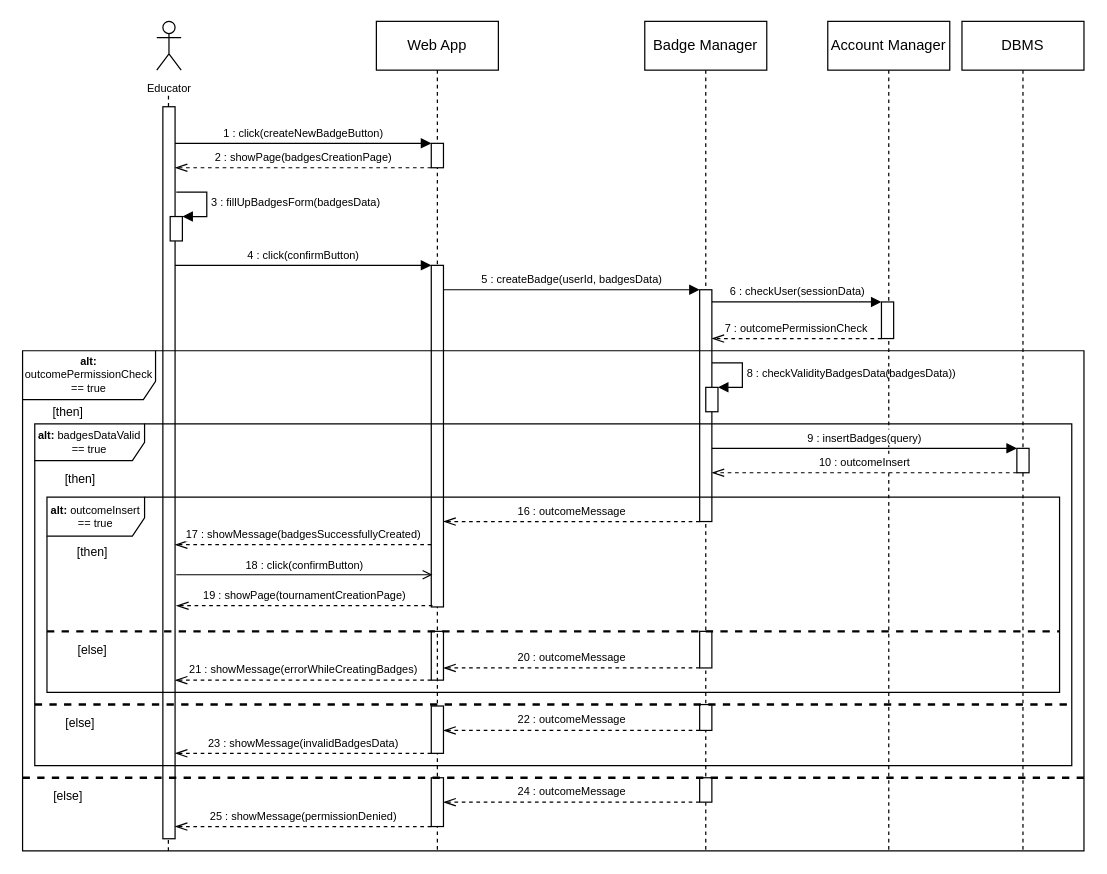
The draw.io diagram DDwip/ExtraFiles/Sequence/Sequence4DD.drawio in francescospangaro/SpangaroTosettiRiccardi, before the edit. Source tidied: cells renumbered, new cells numbered last; positions are measured from the earlier drawing's top-left corner, leaving out a move shared by most shapes. Both pictures are drawn from the tidied source at 122%, with x=0, y=0 at pixel (22, 21).
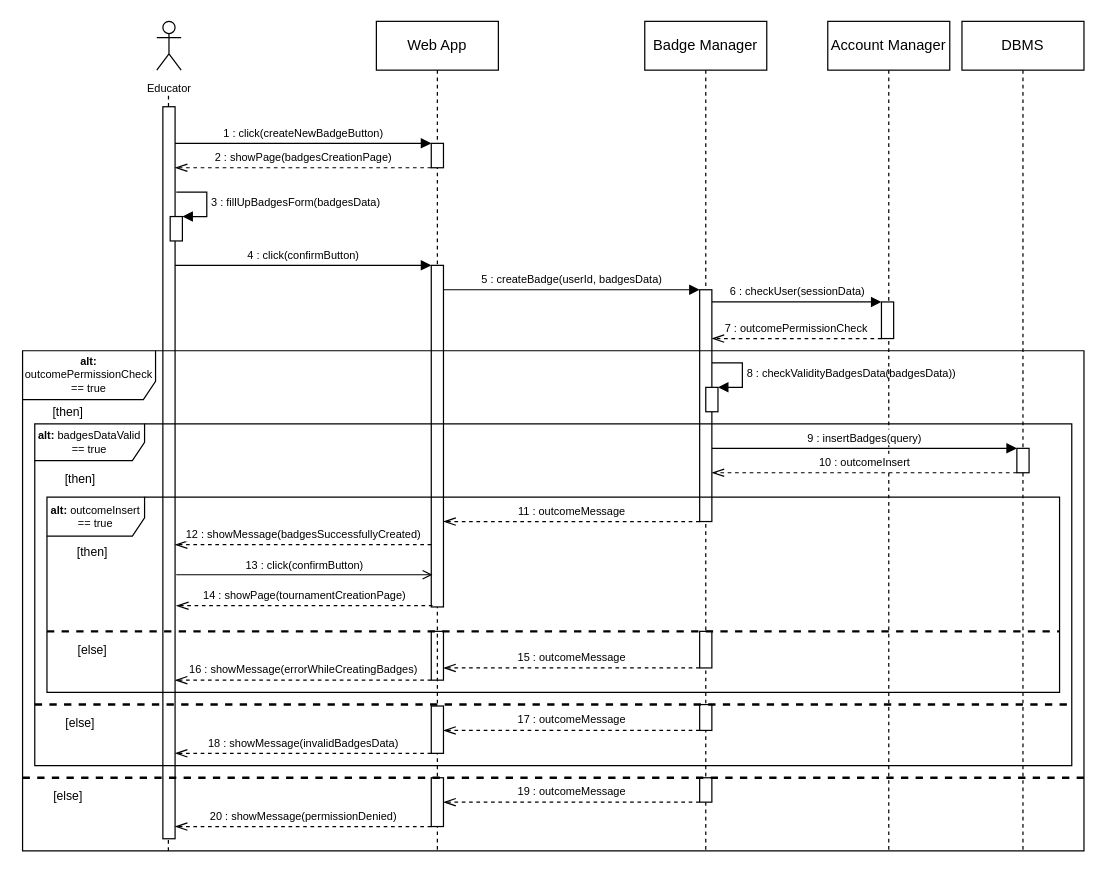
The same page after the edit.

The change refers to these unchanged cells:
```xml
<mxCell id="2" value="Badge Manager" style="shape=umlLifeline;perimeter=lifelinePerimeter;whiteSpace=wrap;html=1;newEdgeStyle={&quot;curved&quot;:0,&quot;rounded&quot;:0};" parent="1" vertex="1">
  <mxGeometry x="510" width="100" height="680" as="geometry" />
</mxCell>
<mxCell id="3" style="html=1;points=[];perimeter=orthogonalPerimeter;outlineConnect=0;targetShapes=umlLifeline;portConstraint=eastwest;newEdgeStyle={&quot;edgeStyle&quot;:&quot;elbowEdgeStyle&quot;,&quot;elbow&quot;:&quot;vertical&quot;,&quot;curved&quot;:0,&quot;rounded&quot;:0};" parent="2" vertex="1">
  <mxGeometry x="45" y="220" width="10" height="190" as="geometry" />
</mxCell>
<mxCell id="6" style="html=1;points=[];perimeter=orthogonalPerimeter;outlineConnect=0;targetShapes=umlLifeline;portConstraint=eastwest;newEdgeStyle={&quot;edgeStyle&quot;:&quot;elbowEdgeStyle&quot;,&quot;elbow&quot;:&quot;vertical&quot;,&quot;curved&quot;:0,&quot;rounded&quot;:0};" parent="2" vertex="1">
  <mxGeometry x="-175" y="500" width="10" height="40" as="geometry" />
</mxCell>
<mxCell id="8" style="html=1;points=[];perimeter=orthogonalPerimeter;outlineConnect=0;targetShapes=umlLifeline;portConstraint=eastwest;newEdgeStyle={&quot;edgeStyle&quot;:&quot;elbowEdgeStyle&quot;,&quot;elbow&quot;:&quot;vertical&quot;,&quot;curved&quot;:0,&quot;rounded&quot;:0};" parent="2" vertex="1">
  <mxGeometry x="45" y="500" width="10" height="30" as="geometry" />
</mxCell>
<mxCell id="10" value="Web App" style="shape=umlLifeline;perimeter=lifelinePerimeter;whiteSpace=wrap;html=1;newEdgeStyle={&quot;edgeStyle&quot;:&quot;elbowEdgeStyle&quot;,&quot;elbow&quot;:&quot;vertical&quot;,&quot;curved&quot;:0,&quot;rounded&quot;:0};" parent="1" vertex="1">
  <mxGeometry x="290" width="100" height="680" as="geometry" />
</mxCell>
<mxCell id="11" style="html=1;points=[];perimeter=orthogonalPerimeter;outlineConnect=0;targetShapes=umlLifeline;portConstraint=eastwest;newEdgeStyle={&quot;edgeStyle&quot;:&quot;elbowEdgeStyle&quot;,&quot;elbow&quot;:&quot;vertical&quot;,&quot;curved&quot;:0,&quot;rounded&quot;:0};" parent="10" vertex="1">
  <mxGeometry x="45" y="200" width="10" height="280" as="geometry" />
</mxCell>
<mxCell id="13" style="html=1;points=[];perimeter=orthogonalPerimeter;outlineConnect=0;targetShapes=umlLifeline;portConstraint=eastwest;newEdgeStyle={&quot;edgeStyle&quot;:&quot;elbowEdgeStyle&quot;,&quot;elbow&quot;:&quot;vertical&quot;,&quot;curved&quot;:0,&quot;rounded&quot;:0};" parent="10" vertex="1">
  <mxGeometry x="265" y="560" width="10" height="21.2" as="geometry" />
</mxCell>
<mxCell id="14" style="html=1;points=[];perimeter=orthogonalPerimeter;outlineConnect=0;targetShapes=umlLifeline;portConstraint=eastwest;newEdgeStyle={&quot;edgeStyle&quot;:&quot;elbowEdgeStyle&quot;,&quot;elbow&quot;:&quot;vertical&quot;,&quot;curved&quot;:0,&quot;rounded&quot;:0};" parent="10" vertex="1">
  <mxGeometry x="45" y="561.2" width="10" height="38.8" as="geometry" />
</mxCell>
<mxCell id="31" style="html=1;points=[];perimeter=orthogonalPerimeter;outlineConnect=0;targetShapes=umlLifeline;portConstraint=eastwest;newEdgeStyle={&quot;edgeStyle&quot;:&quot;elbowEdgeStyle&quot;,&quot;elbow&quot;:&quot;vertical&quot;,&quot;curved&quot;:0,&quot;rounded&quot;:0};" parent="1" vertex="1">
  <mxGeometry x="555" y="620" width="10" height="20" as="geometry" />
</mxCell>
<mxCell id="32" style="html=1;points=[];perimeter=orthogonalPerimeter;outlineConnect=0;targetShapes=umlLifeline;portConstraint=eastwest;newEdgeStyle={&quot;edgeStyle&quot;:&quot;elbowEdgeStyle&quot;,&quot;elbow&quot;:&quot;vertical&quot;,&quot;curved&quot;:0,&quot;rounded&quot;:0};" parent="1" vertex="1">
  <mxGeometry x="335" y="620" width="10" height="40" as="geometry" />
</mxCell>
```

Diff of the diagram source:
```diff
@@
-    <mxCell id="7" value="&lt;font style=&quot;font-size: 9px;&quot;&gt;21 : showMessage(errorWhileCreatingBadges)&lt;/font&gt;" style="html=1;verticalAlign=bottom;endArrow=openThin;dashed=1;endSize=8;edgeStyle=elbowEdgeStyle;elbow=horizontal;curved=0;rounded=0;endFill=0;" parent="2" edge="1" source="6">
+    <mxCell id="7" value="&lt;font style=&quot;font-size: 9px;&quot;&gt;16 : showMessage(errorWhileCreatingBadges)&lt;/font&gt;" style="html=1;verticalAlign=bottom;endArrow=openThin;dashed=1;endSize=8;edgeStyle=elbowEdgeStyle;elbow=horizontal;curved=0;rounded=0;endFill=0;" parent="2" edge="1" source="6">
       <mxGeometry relative="1" as="geometry">
         <mxPoint x="-385" y="540" as="targetPoint" />
         <Array as="points">
           <mxPoint x="-190" y="540" />
         </Array>
       </mxGeometry>
     </mxCell>
@@
-    <mxCell id="9" value="&lt;font style=&quot;font-size: 9px;&quot;&gt;20 : outcomeMessage&lt;/font&gt;" style="html=1;verticalAlign=bottom;endArrow=openThin;dashed=1;endSize=8;edgeStyle=elbowEdgeStyle;elbow=horizontal;curved=0;rounded=0;endFill=0;" parent="2" edge="1" source="8" target="6">
+    <mxCell id="9" value="&lt;font style=&quot;font-size: 9px;&quot;&gt;15 : outcomeMessage&lt;/font&gt;" style="html=1;verticalAlign=bottom;endArrow=openThin;dashed=1;endSize=8;edgeStyle=elbowEdgeStyle;elbow=horizontal;curved=0;rounded=0;endFill=0;" parent="2" edge="1" source="8" target="6">
       <mxGeometry relative="1" as="geometry">
         <Array as="points">
           <mxPoint x="-60" y="530" />
         </Array>
       </mxGeometry>
     </mxCell>
@@
-    <mxCell id="15" value="&lt;font style=&quot;font-size: 9px;&quot;&gt;22 : outcomeMessage&lt;/font&gt;" style="html=1;verticalAlign=bottom;endArrow=openThin;dashed=1;endSize=8;edgeStyle=elbowEdgeStyle;elbow=horizontal;curved=0;rounded=0;endFill=0;" parent="10" edge="1" source="13" target="14">
+    <mxCell id="15" value="&lt;font style=&quot;font-size: 9px;&quot;&gt;17 : outcomeMessage&lt;/font&gt;" style="html=1;verticalAlign=bottom;endArrow=openThin;dashed=1;endSize=8;edgeStyle=elbowEdgeStyle;elbow=horizontal;curved=0;rounded=0;endFill=0;" parent="10" edge="1" source="13" target="14">
       <mxGeometry relative="1" as="geometry">
         <Array as="points">
           <mxPoint x="150" y="581.2" />
         </Array>
       </mxGeometry>
     </mxCell>
-    <mxCell id="16" value="&lt;font style=&quot;font-size: 9px;&quot;&gt;23 : showMessage(invalidBadgesData)&lt;/font&gt;" style="html=1;verticalAlign=bottom;endArrow=openThin;dashed=1;endSize=8;edgeStyle=elbowEdgeStyle;elbow=vertical;curved=0;rounded=0;endFill=0;" parent="10" edge="1" source="14">
+    <mxCell id="16" value="&lt;font style=&quot;font-size: 9px;&quot;&gt;18 : showMessage(invalidBadgesData)&lt;/font&gt;" style="html=1;verticalAlign=bottom;endArrow=openThin;dashed=1;endSize=8;edgeStyle=elbowEdgeStyle;elbow=vertical;curved=0;rounded=0;endFill=0;" parent="10" edge="1" source="14">
       <mxGeometry relative="1" as="geometry">
         <mxPoint x="-165" y="600" as="targetPoint" />
         <Array as="points">
           <mxPoint x="-20" y="600" />
         </Array>
       </mxGeometry>
     </mxCell>
@@
-    <mxCell id="30" value="&lt;font style=&quot;font-size: 9px;&quot;&gt;25 : showMessage(permissionDenied)&lt;/font&gt;" style="html=1;verticalAlign=bottom;endArrow=openThin;dashed=1;endSize=8;edgeStyle=elbowEdgeStyle;elbow=vertical;curved=0;rounded=0;endFill=0;" parent="1" edge="1" source="32">
+    <mxCell id="30" value="&lt;font style=&quot;font-size: 9px;&quot;&gt;20 : showMessage(permissionDenied)&lt;/font&gt;" style="html=1;verticalAlign=bottom;endArrow=openThin;dashed=1;endSize=8;edgeStyle=elbowEdgeStyle;elbow=vertical;curved=0;rounded=0;endFill=0;" parent="1" edge="1" source="32">
       <mxGeometry relative="1" as="geometry">
         <mxPoint x="125" y="660" as="targetPoint" />
         <Array as="points">
           <mxPoint x="310" y="660" />
         </Array>
       </mxGeometry>
     </mxCell>
@@
-    <mxCell id="33" value="&lt;font style=&quot;font-size: 9px;&quot;&gt;24 : outcomeMessage&lt;/font&gt;" style="html=1;verticalAlign=bottom;endArrow=openThin;dashed=1;endSize=8;edgeStyle=elbowEdgeStyle;elbow=horizontal;curved=0;rounded=0;endFill=0;" parent="1" edge="1" source="31" target="32">
+    <mxCell id="33" value="&lt;font style=&quot;font-size: 9px;&quot;&gt;19 : outcomeMessage&lt;/font&gt;" style="html=1;verticalAlign=bottom;endArrow=openThin;dashed=1;endSize=8;edgeStyle=elbowEdgeStyle;elbow=vertical;curved=0;rounded=0;endFill=0;" parent="1" edge="1" source="31" target="32">
       <mxGeometry relative="1" as="geometry">
         <Array as="points">
           <mxPoint x="430" y="640" />
         </Array>
       </mxGeometry>
     </mxCell>
@@
-    <mxCell id="38" value="&lt;font style=&quot;font-size: 9px;&quot;&gt;16 : outcomeMessage&lt;/font&gt;" style="html=1;verticalAlign=bottom;endArrow=openThin;dashed=1;endSize=8;edgeStyle=elbowEdgeStyle;elbow=horizontal;curved=0;rounded=0;endFill=0;" parent="1" edge="1" source="3" target="11">
+    <mxCell id="38" value="&lt;font style=&quot;font-size: 9px;&quot;&gt;11 : outcomeMessage&lt;/font&gt;" style="html=1;verticalAlign=bottom;endArrow=openThin;dashed=1;endSize=8;edgeStyle=elbowEdgeStyle;elbow=horizontal;curved=0;rounded=0;endFill=0;" parent="1" edge="1" source="3" target="11">
       <mxGeometry relative="1" as="geometry">
         <Array as="points">
           <mxPoint x="540" y="410" />
         </Array>
       </mxGeometry>
     </mxCell>
-    <mxCell id="39" value="&lt;font style=&quot;font-size: 9px;&quot;&gt;17 : showMessage(badgesSuccessfullyCreated)&lt;/font&gt;" style="html=1;verticalAlign=bottom;endArrow=openThin;dashed=1;endSize=8;edgeStyle=elbowEdgeStyle;elbow=vertical;curved=0;rounded=0;endFill=0;" parent="1" edge="1">
+    <mxCell id="39" value="&lt;font style=&quot;font-size: 9px;&quot;&gt;12 : showMessage(badgesSuccessfullyCreated)&lt;/font&gt;" style="html=1;verticalAlign=bottom;endArrow=openThin;dashed=1;endSize=8;edgeStyle=elbowEdgeStyle;elbow=vertical;curved=0;rounded=0;endFill=0;" parent="1" edge="1">
       <mxGeometry relative="1" as="geometry">
         <mxPoint x="335" y="429" as="sourcePoint" />
         <mxPoint x="125" y="429" as="targetPoint" />
         <Array as="points">
           <mxPoint x="330" y="429" />
         </Array>
       </mxGeometry>
     </mxCell>
@@
-    <mxCell id="51" value="&lt;font style=&quot;font-size: 9px;&quot;&gt;18 : click(confirmButton)&lt;/font&gt;" style="html=1;verticalAlign=bottom;endArrow=open;edgeStyle=elbowEdgeStyle;elbow=horizontal;curved=0;rounded=0;endFill=0;" parent="1" edge="1">
+    <mxCell id="51" value="&lt;font style=&quot;font-size: 9px;&quot;&gt;13 : click(confirmButton)&lt;/font&gt;" style="html=1;verticalAlign=bottom;endArrow=open;edgeStyle=elbowEdgeStyle;elbow=horizontal;curved=0;rounded=0;endFill=0;" parent="1" edge="1">
       <mxGeometry relative="1" as="geometry">
         <mxPoint x="126" y="453.6" as="sourcePoint" />
         <mxPoint x="336" y="453.6" as="targetPoint" />
         <Array as="points">
           <mxPoint x="240" y="453.6" />
         </Array>
       </mxGeometry>
     </mxCell>
-    <mxCell id="52" value="&lt;font style=&quot;font-size: 9px;&quot;&gt;19 : showPage(tournamentCreationPage)&lt;/font&gt;" style="html=1;verticalAlign=bottom;endArrow=openThin;dashed=1;endSize=8;edgeStyle=elbowEdgeStyle;elbow=vertical;curved=0;rounded=0;endFill=0;" parent="1" edge="1">
+    <mxCell id="52" value="&lt;font style=&quot;font-size: 9px;&quot;&gt;14 : showPage(tournamentCreationPage)&lt;/font&gt;" style="html=1;verticalAlign=bottom;endArrow=openThin;dashed=1;endSize=8;edgeStyle=elbowEdgeStyle;elbow=vertical;curved=0;rounded=0;endFill=0;" parent="1" edge="1">
       <mxGeometry relative="1" as="geometry">
         <mxPoint x="336" y="479" as="sourcePoint" />
         <mxPoint x="126" y="479" as="targetPoint" />
         <Array as="points">
           <mxPoint x="216" y="479" />
         </Array>
       </mxGeometry>
     </mxCell>
```
